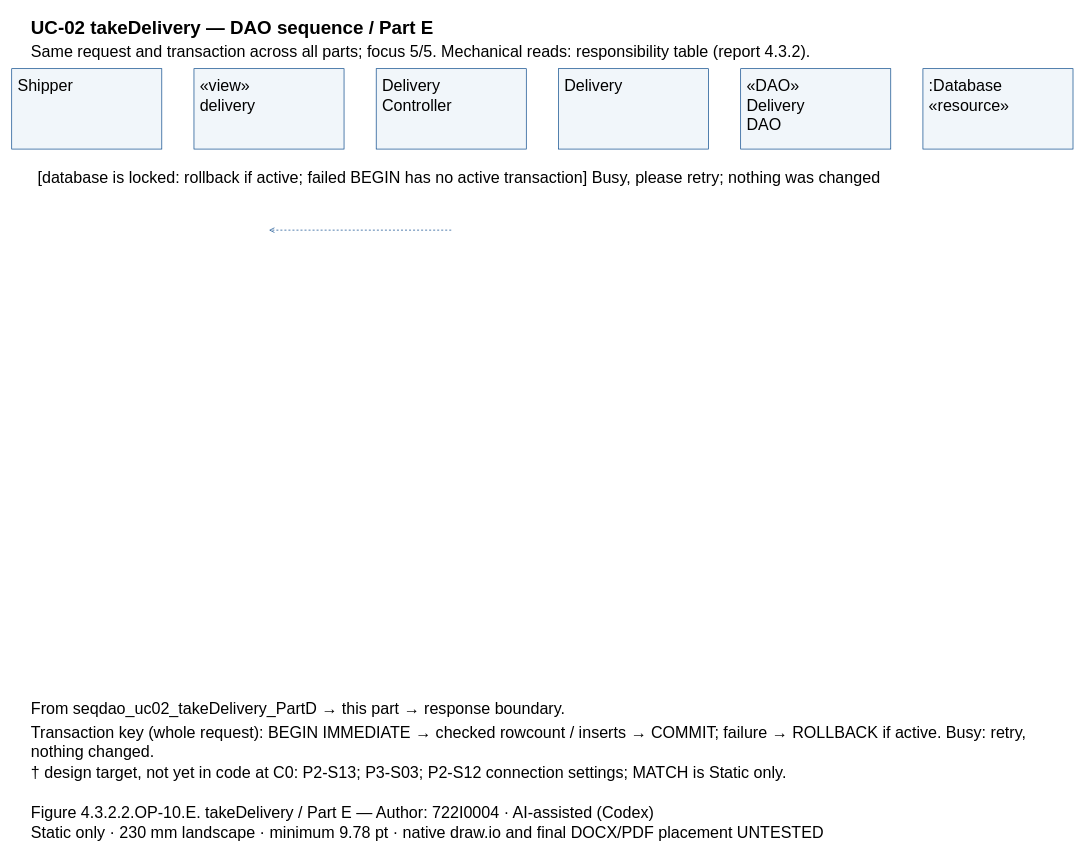
Earlier version of the draw.io diagram models/UC-02/seqdao_uc02_takeDelivery_PartE.drawio (Dat071104/SaigonBite). Source tidied: cells renumbered, new cells numbered last; positions are measured from the earlier drawing's top-left corner, leaving out a move shared by most shapes. Both pictures are drawn from the tidied source at 67%, with x=0, y=0 at pixel (11, 11).
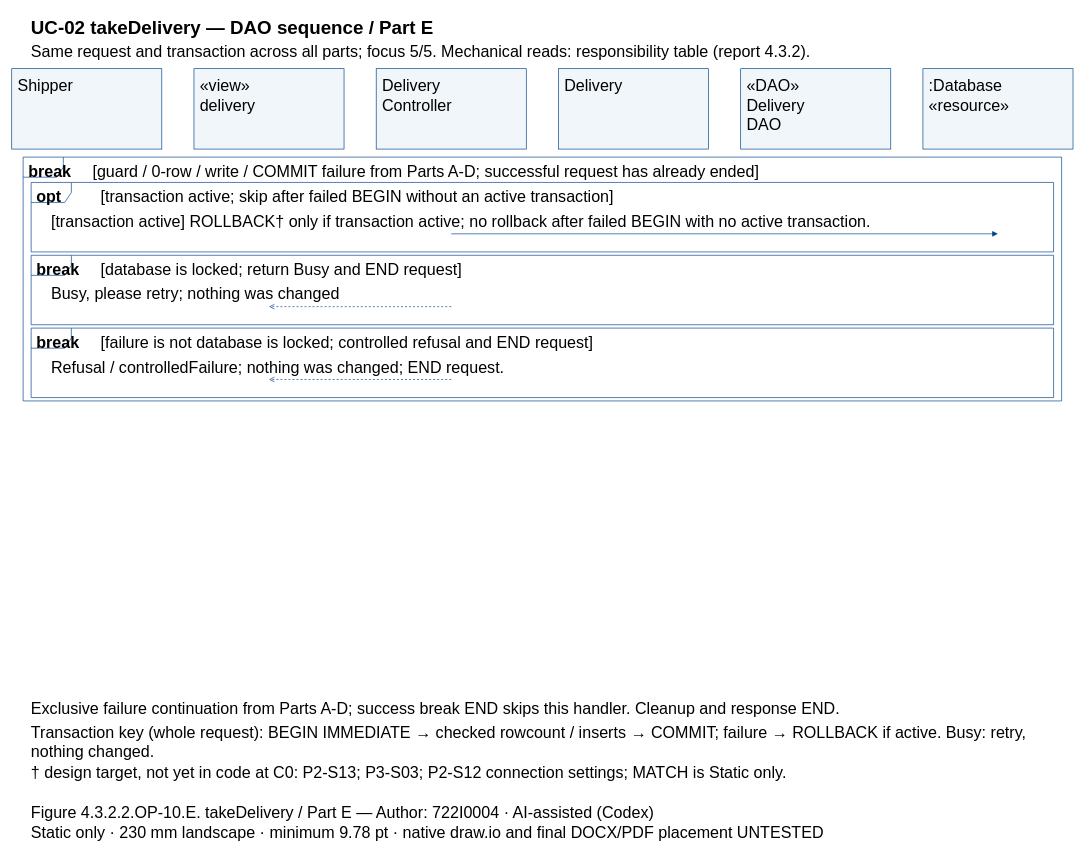
After the change.

Diff of the diagram source:
```diff
@@
+    <mxCell id="25" style="shape=umlFrame;fillColor=none;strokeColor=#004387;" parent="1" vertex="1">
+      <mxGeometry x="17" y="217" width="1550" height="363.9" as="geometry" />
+    </mxCell>
+    <mxCell id="26" style="shape=umlFrame;fillColor=none;strokeColor=#004387;" parent="1" vertex="1">
+      <mxGeometry x="29" y="254.8" width="1526" height="103.7" as="geometry" />
+    </mxCell>
+    <mxCell id="27" style="shape=umlFrame;fillColor=none;strokeColor=#004387;" parent="1" vertex="1">
+      <mxGeometry x="29" y="363.5" width="1526" height="103.7" as="geometry" />
+    </mxCell>
+    <mxCell id="28" style="shape=umlFrame;fillColor=none;strokeColor=#004387;" parent="1" vertex="1">
+      <mxGeometry x="29" y="472.2" width="1526" height="103.7" as="geometry" />
+    </mxCell>
@@
-    <mxCell id="5" value="Shipper" style="text;html=0;whiteSpace=wrap;align=left;verticalAlign=top;strokeColor=none;fillColor=none;fontFamily=Arial;fontSize=24;fontStyle=0;" parent="1" vertex="1">
-      <mxGeometry x="7" y="90" width="210" height="27.8" as="geometry" />
-    </mxCell>
+    <mxCell id="9" value="Shipper" style="text;html=0;whiteSpace=wrap;align=left;verticalAlign=top;strokeColor=none;fillColor=none;fontFamily=Arial;fontSize=24;fontStyle=0;" parent="1" vertex="1">
+      <mxGeometry x="7" y="90" width="210" height="27.8" as="geometry" />
+    </mxCell>
@@
-    <mxCell id="7" value="«view»&#10;delivery" style="text;html=0;whiteSpace=wrap;align=left;verticalAlign=top;strokeColor=none;fillColor=none;fontFamily=Arial;fontSize=24;fontStyle=0;" parent="1" vertex="1">
-      <mxGeometry x="279" y="90" width="210" height="55.7" as="geometry" />
-    </mxCell>
+    <mxCell id="11" value="«view»&#10;delivery" style="text;html=0;whiteSpace=wrap;align=left;verticalAlign=top;strokeColor=none;fillColor=none;fontFamily=Arial;fontSize=24;fontStyle=0;" parent="1" vertex="1">
+      <mxGeometry x="279" y="90" width="210" height="55.7" as="geometry" />
+    </mxCell>
@@
-    <mxCell id="9" value="Delivery&#10;Controller" style="text;html=0;whiteSpace=wrap;align=left;verticalAlign=top;strokeColor=none;fillColor=none;fontFamily=Arial;fontSize=24;fontStyle=0;" parent="1" vertex="1">
-      <mxGeometry x="551" y="90" width="210" height="55.7" as="geometry" />
-    </mxCell>
+    <mxCell id="13" value="Delivery&#10;Controller" style="text;html=0;whiteSpace=wrap;align=left;verticalAlign=top;strokeColor=none;fillColor=none;fontFamily=Arial;fontSize=24;fontStyle=0;" parent="1" vertex="1">
+      <mxGeometry x="551" y="90" width="210" height="55.7" as="geometry" />
+    </mxCell>
@@
-    <mxCell id="11" value="Delivery" style="text;html=0;whiteSpace=wrap;align=left;verticalAlign=top;strokeColor=none;fillColor=none;fontFamily=Arial;fontSize=24;fontStyle=0;" parent="1" vertex="1">
-      <mxGeometry x="823" y="90" width="210" height="27.8" as="geometry" />
-    </mxCell>
+    <mxCell id="15" value="Delivery" style="text;html=0;whiteSpace=wrap;align=left;verticalAlign=top;strokeColor=none;fillColor=none;fontFamily=Arial;fontSize=24;fontStyle=0;" parent="1" vertex="1">
+      <mxGeometry x="823" y="90" width="210" height="27.8" as="geometry" />
+    </mxCell>
@@
-    <mxCell id="13" value="«DAO»&#10;Delivery&#10;DAO" style="text;html=0;whiteSpace=wrap;align=left;verticalAlign=top;strokeColor=none;fillColor=none;fontFamily=Arial;fontSize=24;fontStyle=0;" parent="1" vertex="1">
-      <mxGeometry x="1095" y="90" width="210" height="83.5" as="geometry" />
-    </mxCell>
+    <mxCell id="29" value="«DAO»&#10;Delivery&#10;DAO" style="text;html=0;whiteSpace=wrap;align=left;verticalAlign=top;strokeColor=none;fillColor=none;fontFamily=Arial;fontSize=24;fontStyle=0;" parent="1" vertex="1">
+      <mxGeometry x="1095" y="90" width="210" height="83.5" as="geometry" />
+    </mxCell>
@@
-    <mxCell id="15" value=":Database&#10;«resource»" style="text;html=0;whiteSpace=wrap;align=left;verticalAlign=top;strokeColor=none;fillColor=none;fontFamily=Arial;fontSize=24;fontStyle=0;" parent="1" vertex="1">
-      <mxGeometry x="1367" y="90" width="210" height="55.7" as="geometry" />
-    </mxCell>
-    <mxCell id="16" value="[database is locked: rollback if active; failed BEGIN has no active transaction] Busy, please retry; nothing was changed" style="text;html=0;whiteSpace=wrap;align=left;verticalAlign=top;strokeColor=none;fillColor=none;fontFamily=Arial;fontSize=24;fontStyle=0;" parent="1" vertex="1">
-      <mxGeometry x="37" y="227" width="1510" height="27.8" as="geometry" />
-    </mxCell>
+    <mxCell id="21" value=":Database&#10;«resource»" style="text;html=0;whiteSpace=wrap;align=left;verticalAlign=top;strokeColor=none;fillColor=none;fontFamily=Arial;fontSize=24;fontStyle=0;" parent="1" vertex="1">
+      <mxGeometry x="1367" y="90" width="210" height="55.7" as="geometry" />
+    </mxCell>
+    <mxCell id="30" value="break" style="text;html=0;whiteSpace=wrap;align=left;verticalAlign=top;strokeColor=none;fillColor=none;fontFamily=Arial;fontSize=24;fontStyle=1;" parent="1" vertex="1">
+      <mxGeometry x="23" y="218" width="84" height="27.8" as="geometry" />
+    </mxCell>
+    <mxCell id="31" value="[guard / 0-row / write / COMMIT failure from Parts A-D; successful request has already ended]" style="text;html=0;whiteSpace=wrap;align=left;verticalAlign=top;strokeColor=none;fillColor=none;fontFamily=Arial;fontSize=24;fontStyle=0;" parent="1" vertex="1">
+      <mxGeometry x="119" y="218" width="1438" height="27.8" as="geometry" />
+    </mxCell>
+    <mxCell id="32" value="opt" style="text;html=0;whiteSpace=wrap;align=left;verticalAlign=top;strokeColor=none;fillColor=none;fontFamily=Arial;fontSize=24;fontStyle=1;" parent="1" vertex="1">
+      <mxGeometry x="35" y="255.8" width="84" height="27.8" as="geometry" />
+    </mxCell>
+    <mxCell id="33" value="[transaction active; skip after failed BEGIN without an active transaction]" style="text;html=0;whiteSpace=wrap;align=left;verticalAlign=top;strokeColor=none;fillColor=none;fontFamily=Arial;fontSize=24;fontStyle=0;" parent="1" vertex="1">
+      <mxGeometry x="131" y="255.8" width="1414" height="27.8" as="geometry" />
+    </mxCell>
+    <mxCell id="34" value="break" style="text;html=0;whiteSpace=wrap;align=left;verticalAlign=top;strokeColor=none;fillColor=none;fontFamily=Arial;fontSize=24;fontStyle=1;" parent="1" vertex="1">
+      <mxGeometry x="35" y="364.5" width="84" height="27.8" as="geometry" />
+    </mxCell>
+    <mxCell id="35" value="[database is locked; return Busy and END request]" style="text;html=0;whiteSpace=wrap;align=left;verticalAlign=top;strokeColor=none;fillColor=none;fontFamily=Arial;fontSize=24;fontStyle=0;" parent="1" vertex="1">
+      <mxGeometry x="131" y="364.5" width="1414" height="27.8" as="geometry" />
+    </mxCell>
+    <mxCell id="36" value="break" style="text;html=0;whiteSpace=wrap;align=left;verticalAlign=top;strokeColor=none;fillColor=none;fontFamily=Arial;fontSize=24;fontStyle=1;" parent="1" vertex="1">
+      <mxGeometry x="35" y="473.2" width="84" height="27.8" as="geometry" />
+    </mxCell>
+    <mxCell id="37" value="[failure is not database is locked; controlled refusal and END request]" style="text;html=0;whiteSpace=wrap;align=left;verticalAlign=top;strokeColor=none;fillColor=none;fontFamily=Arial;fontSize=24;fontStyle=0;" parent="1" vertex="1">
+      <mxGeometry x="131" y="473.2" width="1414" height="27.8" as="geometry" />
+    </mxCell>
+    <mxCell id="38" value="[transaction active] ROLLBACK† only if transaction active; no rollback after failed BEGIN with no active transaction." style="text;html=0;whiteSpace=wrap;align=left;verticalAlign=top;strokeColor=none;fillColor=none;fontFamily=Arial;fontSize=24;fontStyle=0;" parent="1" vertex="1">
+      <mxGeometry x="57" y="292.7" width="1470" height="27.8" as="geometry" />
+    </mxCell>
     <mxCell id="17" style="opacity=0;" parent="1" vertex="1">
-      <mxGeometry x="656" y="326" as="geometry" />
+      <mxGeometry x="656" y="331.5" as="geometry" />
     </mxCell>
     <mxCell id="18" style="opacity=0;" parent="1" vertex="1">
-      <mxGeometry x="384" y="326" as="geometry" />
+      <mxGeometry x="1472" y="331.5" as="geometry" />
     </mxCell>
-    <mxCell id="19" style="edgeStyle=none;endArrow=open;strokeColor=#004387;dashed=1;exitX=0.5;entryX=0.5;exitPerimeter=0;entryPerimeter=0;" parent="1" edge="1" source="17" target="18">
+    <mxCell id="19" style="edgeStyle=none;endArrow=block;endFill=1;strokeColor=#004387;exitX=0.5;entryX=0.5;exitPerimeter=0;entryPerimeter=0;" parent="1" edge="1" source="17" target="18">
       <mxGeometry relative="1" as="geometry" />
     </mxCell>
-    <mxCell id="20" value="From seqdao_uc02_takeDelivery_PartD → this part → response boundary." style="text;html=0;whiteSpace=wrap;align=left;verticalAlign=top;strokeColor=none;fillColor=none;fontFamily=Arial;fontSize=24;fontStyle=0;" parent="1" vertex="1">
-      <mxGeometry x="27" y="1020" width="1530" height="27.8" as="geometry" />
-    </mxCell>
-    <mxCell id="21" value="Transaction key (whole request): BEGIN IMMEDIATE → checked rowcount / inserts → COMMIT; failure → ROLLBACK if active. Busy: retry,&#10;nothing changed." style="text;html=0;whiteSpace=wrap;align=left;verticalAlign=top;strokeColor=none;fillColor=none;fontFamily=Arial;fontSize=24;fontStyle=0;" parent="1" vertex="1">
-      <mxGeometry x="27" y="1055" width="1530" height="55.7" as="geometry" />
-    </mxCell>
+    <mxCell id="39" value="Busy, please retry; nothing was changed" style="text;html=0;whiteSpace=wrap;align=left;verticalAlign=top;strokeColor=none;fillColor=none;fontFamily=Arial;fontSize=24;fontStyle=0;" parent="1" vertex="1">
+      <mxGeometry x="57" y="401.4" width="1470" height="27.8" as="geometry" />
+    </mxCell>
+    <mxCell id="40" style="opacity=0;" parent="1" vertex="1">
+      <mxGeometry x="656" y="440.2" as="geometry" />
+    </mxCell>
+    <mxCell id="41" style="opacity=0;" parent="1" vertex="1">
+      <mxGeometry x="384" y="440.2" as="geometry" />
+    </mxCell>
+    <mxCell id="42" style="edgeStyle=none;endArrow=open;endFill=0;strokeColor=#004387;dashed=1;exitX=0.5;entryX=0.5;exitPerimeter=0;entryPerimeter=0;" parent="1" edge="1" source="40" target="41">
+      <mxGeometry relative="1" as="geometry" />
+    </mxCell>
+    <mxCell id="43" value="Refusal / controlledFailure; nothing was changed; END request." style="text;html=0;whiteSpace=wrap;align=left;verticalAlign=top;strokeColor=none;fillColor=none;fontFamily=Arial;fontSize=24;fontStyle=0;" parent="1" vertex="1">
+      <mxGeometry x="57" y="510" width="1470" height="27.8" as="geometry" />
+    </mxCell>
+    <mxCell id="44" style="opacity=0;" parent="1" vertex="1">
+      <mxGeometry x="656" y="548.9" as="geometry" />
+    </mxCell>
+    <mxCell id="45" style="opacity=0;" parent="1" vertex="1">
+      <mxGeometry x="384" y="548.9" as="geometry" />
+    </mxCell>
+    <mxCell id="46" style="edgeStyle=none;endArrow=open;endFill=0;strokeColor=#004387;dashed=1;exitX=0.5;entryX=0.5;exitPerimeter=0;entryPerimeter=0;" parent="1" edge="1" source="44" target="45">
+      <mxGeometry relative="1" as="geometry" />
+    </mxCell>
+    <mxCell id="47" value="Exclusive failure continuation from Parts A-D; success break END skips this handler. Cleanup and response END." style="text;html=0;whiteSpace=wrap;align=left;verticalAlign=top;strokeColor=none;fillColor=none;fontFamily=Arial;fontSize=24;fontStyle=0;" parent="1" vertex="1">
+      <mxGeometry x="27" y="1020" width="1530" height="27.8" as="geometry" />
+    </mxCell>
+    <mxCell id="48" value="Transaction key (whole request): BEGIN IMMEDIATE → checked rowcount / inserts → COMMIT; failure → ROLLBACK if active. Busy: retry,&#10;nothing changed." style="text;html=0;whiteSpace=wrap;align=left;verticalAlign=top;strokeColor=none;fillColor=none;fontFamily=Arial;fontSize=24;fontStyle=0;" parent="1" vertex="1">
+      <mxGeometry x="27" y="1055" width="1530" height="55.7" as="geometry" />
+    </mxCell>
```
